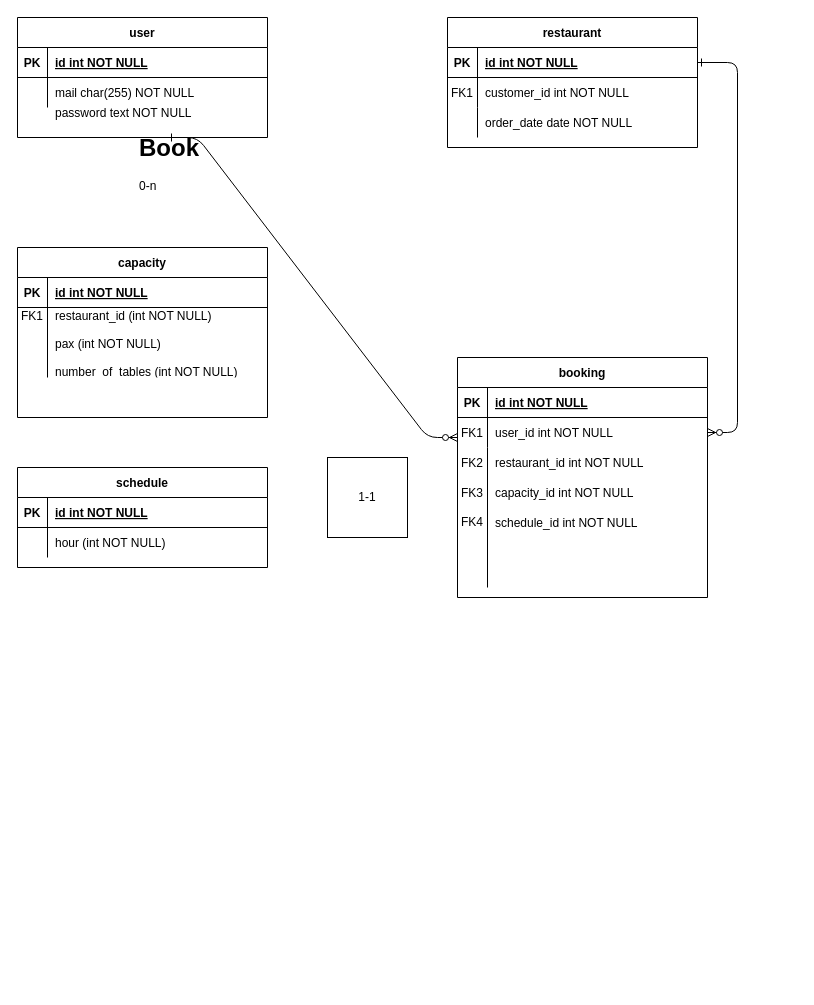
Earlier version of the draw.io diagram public/Diagramme sans nom.drawio (alexandre-aloesode/silver-micro). Source tidied: cells renumbered, new cells numbered last; positions are measured from the earlier drawing's top-left corner, leaving out a move shared by most shapes. Both pictures are drawn from the tidied source at 100%, with x=0, y=0 at pixel (17, 17).
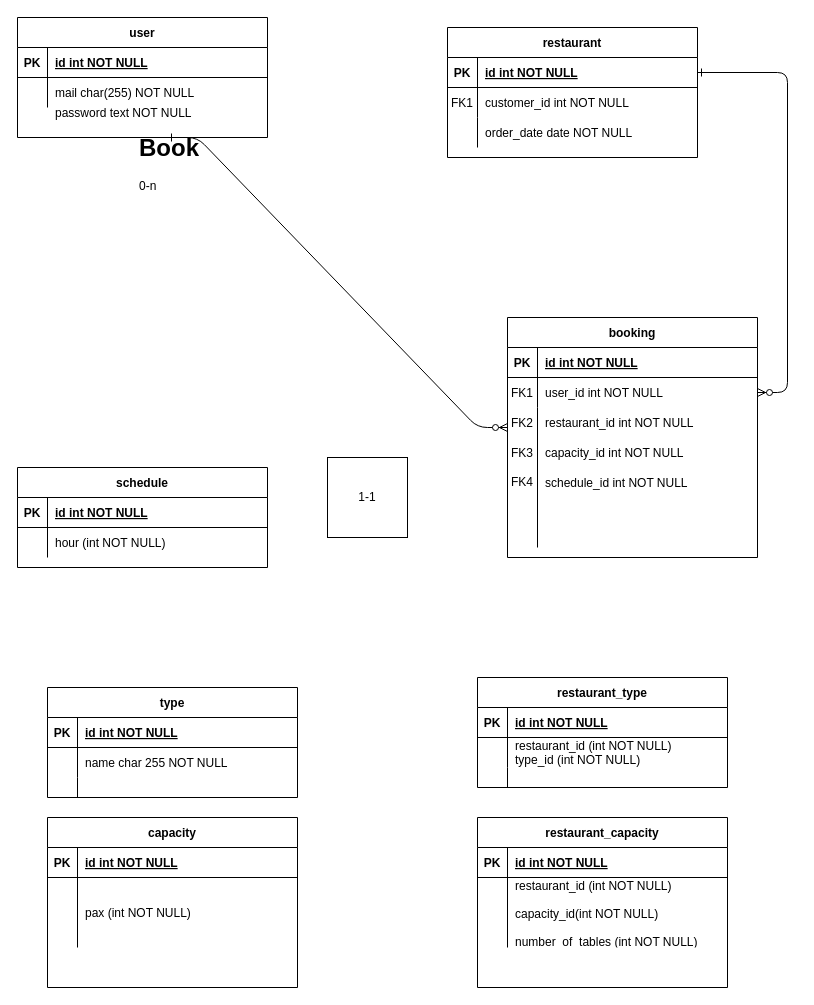
The same page after the edit.

Commit message:
Mettre à jour Diagramme sans nom.drawio

Change to the diagram source:
```diff
@@
-    <mxCell id="2" style="edgeStyle=entityRelationEdgeStyle;endArrow=ERzeroToMany;startArrow=ERone;endFill=1;startFill=0;entryX=0;entryY=0.5;entryDx=0;entryDy=0;" parent="1" edge="1">
+    <mxCell id="2" style="edgeStyle=entityRelationEdgeStyle;endArrow=ERzeroToMany;startArrow=ERone;endFill=1;startFill=0;" parent="1" edge="1">
       <mxGeometry relative="1" as="geometry">
         <mxPoint x="150" y="120" as="sourcePoint" />
-        <mxPoint x="440" y="420" as="targetPoint" />
+        <mxPoint x="490" y="410" as="targetPoint" />
         <Array as="points">
           <mxPoint x="170" y="150" />
         </Array>
       </mxGeometry>
     </mxCell>
@@
     <mxCell id="4" value="restaurant" style="shape=table;startSize=30;childLayout=tableLayout;rowLines=0;fontStyle=1;align=center;" parent="1" vertex="1">
-      <mxGeometry x="430" width="250" height="130" as="geometry" />
+      <mxGeometry x="430" y="10" width="250" height="130" as="geometry" />
     </mxCell>
@@
     <mxCell id="14" value="booking" style="shape=table;startSize=30;childLayout=tableLayout;rowLines=0;fontStyle=1;align=center;" parent="1" vertex="1">
-      <mxGeometry x="440" y="340" width="250" height="240" as="geometry" />
+      <mxGeometry x="490" y="300" width="250" height="240" as="geometry" />
     </mxCell>
@@
-    <mxCell id="33" value="capacity" style="shape=table;startSize=30;childLayout=tableLayout;rowLines=0;fontStyle=1;align=center;" parent="1" vertex="1">
-      <mxGeometry y="230" width="250" height="170" as="geometry" />
-    </mxCell>
-    <mxCell id="34" style="shape=partialRectangle;fillColor=none;top=0;left=0;right=0;bottom=1;" parent="33" vertex="1">
-      <mxGeometry y="30" width="250" height="30" as="geometry" />
-    </mxCell>
-    <mxCell id="35" value="PK" style="shape=partialRectangle;overflow=hidden;fillColor=none;top=0;left=0;bottom=0;right=0;fontStyle=1;" parent="34" vertex="1">
-      <mxGeometry width="30" height="30" as="geometry" />
-    </mxCell>
-    <mxCell id="36" value="id int NOT NULL " style="shape=partialRectangle;overflow=hidden;fillColor=none;top=0;left=0;bottom=0;right=0;align=left;spacingLeft=6;fontStyle=5;" parent="34" vertex="1">
-      <mxGeometry x="30" width="220" height="30" as="geometry" />
-    </mxCell>
-    <mxCell id="37" style="shape=partialRectangle;fillColor=none;top=0;left=0;right=0;bottom=0;" parent="33" vertex="1">
-      <mxGeometry y="60" width="250" height="70" as="geometry" />
-    </mxCell>
-    <mxCell id="38" style="shape=partialRectangle;overflow=hidden;fillColor=none;top=0;left=0;bottom=0;right=0;" parent="37" vertex="1">
-      <mxGeometry width="30" height="70" as="geometry" />
-    </mxCell>
-    <mxCell id="39" value="restaurant_id (int NOT NULL)&#10;&#10;pax (int NOT NULL)&#10;&#10;number_of_tables (int NOT NULL)&#10;" style="shape=partialRectangle;overflow=hidden;fillColor=none;top=0;left=0;bottom=0;right=0;align=left;spacingLeft=6;" parent="37" vertex="1">
-      <mxGeometry x="30" width="220" height="70" as="geometry" />
-    </mxCell>
@@
     <mxCell id="47" value="restaurant_id int NOT NULL" style="shape=partialRectangle;overflow=hidden;fillColor=none;top=0;left=0;bottom=0;right=0;align=left;spacingLeft=6;" parent="1" vertex="1">
-      <mxGeometry x="470" y="430" width="220" height="30" as="geometry" />
+      <mxGeometry x="520" y="390" width="220" height="30" as="geometry" />
     </mxCell>
     <mxCell id="48" value="FK2" style="shape=partialRectangle;overflow=hidden;fillColor=none;top=0;left=0;bottom=0;right=0;" parent="1" vertex="1">
-      <mxGeometry x="440" y="430" width="30" height="30" as="geometry" />
+      <mxGeometry x="490" y="390" width="30" height="30" as="geometry" />
     </mxCell>
     <mxCell id="49" value="FK3" style="shape=partialRectangle;overflow=hidden;fillColor=none;top=0;left=0;bottom=0;right=0;" parent="1" vertex="1">
-      <mxGeometry x="440" y="460" width="30" height="30" as="geometry" />
+      <mxGeometry x="490" y="420" width="30" height="30" as="geometry" />
     </mxCell>
     <mxCell id="50" value="capacity_id int NOT NULL" style="shape=partialRectangle;overflow=hidden;fillColor=none;top=0;left=0;bottom=0;right=0;align=left;spacingLeft=6;" parent="1" vertex="1">
-      <mxGeometry x="470" y="460" width="220" height="30" as="geometry" />
+      <mxGeometry x="520" y="420" width="220" height="30" as="geometry" />
     </mxCell>
     <mxCell id="51" value="schedule_id int NOT NULL" style="shape=partialRectangle;overflow=hidden;fillColor=none;top=0;left=0;bottom=0;right=0;align=left;spacingLeft=6;" parent="1" vertex="1">
-      <mxGeometry x="470" y="490" width="220" height="30" as="geometry" />
+      <mxGeometry x="520" y="450" width="220" height="30" as="geometry" />
     </mxCell>
     <mxCell id="52" value="FK4" style="shape=partialRectangle;overflow=hidden;fillColor=none;top=0;left=0;bottom=0;right=0;" parent="1" vertex="1">
-      <mxGeometry x="440" y="489" width="30" height="30" as="geometry" />
+      <mxGeometry x="490" y="449" width="30" height="30" as="geometry" />
     </mxCell>
@@
-    <mxCell id="54" value="FK1" style="shape=partialRectangle;overflow=hidden;fillColor=none;top=0;left=0;bottom=0;right=0;" parent="1" vertex="1">
-      <mxGeometry y="283" width="30" height="30" as="geometry" />
-    </mxCell>
+    <mxCell id="55" value="type" style="shape=table;startSize=30;childLayout=tableLayout;rowLines=0;fontStyle=1;align=center;" parent="1" vertex="1">
+      <mxGeometry x="30" y="670" width="250" height="110" as="geometry" />
+    </mxCell>
+    <mxCell id="56" style="shape=partialRectangle;fillColor=none;top=0;left=0;right=0;bottom=1;" parent="55" vertex="1">
+      <mxGeometry y="30" width="250" height="30" as="geometry" />
+    </mxCell>
+    <mxCell id="57" value="PK" style="shape=partialRectangle;overflow=hidden;fillColor=none;top=0;left=0;bottom=0;right=0;fontStyle=1;" parent="56" vertex="1">
+      <mxGeometry width="30" height="30" as="geometry" />
+    </mxCell>
+    <mxCell id="58" value="id int NOT NULL " style="shape=partialRectangle;overflow=hidden;fillColor=none;top=0;left=0;bottom=0;right=0;align=left;spacingLeft=6;fontStyle=5;" parent="56" vertex="1">
+      <mxGeometry x="30" width="220" height="30" as="geometry" />
+    </mxCell>
+    <mxCell id="59" style="shape=partialRectangle;fillColor=none;top=0;left=0;right=0;bottom=0;" parent="55" vertex="1">
+      <mxGeometry y="60" width="250" height="30" as="geometry" />
+    </mxCell>
+    <mxCell id="60" style="shape=partialRectangle;overflow=hidden;fillColor=none;top=0;left=0;bottom=0;right=0;" parent="59" vertex="1">
+      <mxGeometry width="30" height="30" as="geometry" />
+    </mxCell>
+    <mxCell id="61" value="name char 255 NOT NULL" style="shape=partialRectangle;overflow=hidden;fillColor=none;top=0;left=0;bottom=0;right=0;align=left;spacingLeft=6;" parent="59" vertex="1">
+      <mxGeometry x="30" width="220" height="30" as="geometry" />
+    </mxCell>
+    <mxCell id="62" style="shape=partialRectangle;fillColor=none;top=0;left=0;right=0;bottom=0;" parent="55" vertex="1">
+      <mxGeometry y="90" width="250" height="20" as="geometry" />
+    </mxCell>
+    <mxCell id="63" style="shape=partialRectangle;overflow=hidden;fillColor=none;top=0;left=0;bottom=0;right=0;" parent="62" vertex="1">
+      <mxGeometry width="30" height="20" as="geometry" />
+    </mxCell>
+    <mxCell id="64" style="shape=partialRectangle;overflow=hidden;fillColor=none;top=0;left=0;bottom=0;right=0;align=left;spacingLeft=6;" parent="62" vertex="1">
+      <mxGeometry x="30" width="220" height="20" as="geometry" />
+    </mxCell>
+    <mxCell id="65" value="restaurant_type" style="shape=table;startSize=30;childLayout=tableLayout;rowLines=0;fontStyle=1;align=center;" parent="1" vertex="1">
+      <mxGeometry x="460" y="660" width="250" height="110" as="geometry" />
+    </mxCell>
+    <mxCell id="66" style="shape=partialRectangle;fillColor=none;top=0;left=0;right=0;bottom=1;" parent="65" vertex="1">
+      <mxGeometry y="30" width="250" height="30" as="geometry" />
+    </mxCell>
+    <mxCell id="67" value="PK" style="shape=partialRectangle;overflow=hidden;fillColor=none;top=0;left=0;bottom=0;right=0;fontStyle=1;" parent="66" vertex="1">
+      <mxGeometry width="30" height="30" as="geometry" />
+    </mxCell>
+    <mxCell id="68" value="id int NOT NULL " style="shape=partialRectangle;overflow=hidden;fillColor=none;top=0;left=0;bottom=0;right=0;align=left;spacingLeft=6;fontStyle=5;" parent="66" vertex="1">
+      <mxGeometry x="30" width="220" height="30" as="geometry" />
+    </mxCell>
+    <mxCell id="69" style="shape=partialRectangle;fillColor=none;top=0;left=0;right=0;bottom=0;" parent="65" vertex="1">
+      <mxGeometry y="60" width="250" height="30" as="geometry" />
+    </mxCell>
+    <mxCell id="70" style="shape=partialRectangle;overflow=hidden;fillColor=none;top=0;left=0;bottom=0;right=0;" parent="69" vertex="1">
+      <mxGeometry width="30" height="30" as="geometry" />
+    </mxCell>
+    <mxCell id="71" value="restaurant_id (int NOT NULL)&#10;type_id (int NOT NULL)" style="shape=partialRectangle;overflow=hidden;fillColor=none;top=0;left=0;bottom=0;right=0;align=left;spacingLeft=6;" parent="69" vertex="1">
+      <mxGeometry x="30" width="220" height="30" as="geometry" />
+    </mxCell>
+    <mxCell id="72" style="shape=partialRectangle;fillColor=none;top=0;left=0;right=0;bottom=0;" parent="65" vertex="1">
+      <mxGeometry y="90" width="250" height="20" as="geometry" />
+    </mxCell>
+    <mxCell id="73" style="shape=partialRectangle;overflow=hidden;fillColor=none;top=0;left=0;bottom=0;right=0;" parent="72" vertex="1">
+      <mxGeometry width="30" height="20" as="geometry" />
+    </mxCell>
+    <mxCell id="74" style="shape=partialRectangle;overflow=hidden;fillColor=none;top=0;left=0;bottom=0;right=0;align=left;spacingLeft=6;" parent="72" vertex="1">
+      <mxGeometry x="30" width="220" height="20" as="geometry" />
+    </mxCell>
+    <mxCell id="75" value="restaurant_capacity" style="shape=table;startSize=30;childLayout=tableLayout;rowLines=0;fontStyle=1;align=center;" parent="1" vertex="1">
+      <mxGeometry x="460" y="800" width="250" height="170" as="geometry" />
+    </mxCell>
+    <mxCell id="76" style="shape=partialRectangle;fillColor=none;top=0;left=0;right=0;bottom=1;" parent="75" vertex="1">
+      <mxGeometry y="30" width="250" height="30" as="geometry" />
+    </mxCell>
+    <mxCell id="77" value="PK" style="shape=partialRectangle;overflow=hidden;fillColor=none;top=0;left=0;bottom=0;right=0;fontStyle=1;" parent="76" vertex="1">
+      <mxGeometry width="30" height="30" as="geometry" />
+    </mxCell>
+    <mxCell id="78" value="id int NOT NULL " style="shape=partialRectangle;overflow=hidden;fillColor=none;top=0;left=0;bottom=0;right=0;align=left;spacingLeft=6;fontStyle=5;" parent="76" vertex="1">
+      <mxGeometry x="30" width="220" height="30" as="geometry" />
+    </mxCell>
+    <mxCell id="79" style="shape=partialRectangle;fillColor=none;top=0;left=0;right=0;bottom=0;" parent="75" vertex="1">
+      <mxGeometry y="60" width="250" height="70" as="geometry" />
+    </mxCell>
+    <mxCell id="80" style="shape=partialRectangle;overflow=hidden;fillColor=none;top=0;left=0;bottom=0;right=0;" parent="79" vertex="1">
+      <mxGeometry width="30" height="70" as="geometry" />
+    </mxCell>
+    <mxCell id="81" value="restaurant_id (int NOT NULL)&#10;&#10;capacity_id(int NOT NULL)&#10;&#10;number_of_tables (int NOT NULL)&#10;&#10;&#10;" style="shape=partialRectangle;overflow=hidden;fillColor=none;top=0;left=0;bottom=0;right=0;align=left;spacingLeft=6;" parent="79" vertex="1">
+      <mxGeometry x="30" width="220" height="70" as="geometry" />
+    </mxCell>
+    <mxCell id="33" value="capacity" style="shape=table;startSize=30;childLayout=tableLayout;rowLines=0;fontStyle=1;align=center;" parent="1" vertex="1">
+      <mxGeometry x="30" y="800" width="250" height="170" as="geometry" />
+    </mxCell>
+    <mxCell id="34" style="shape=partialRectangle;fillColor=none;top=0;left=0;right=0;bottom=1;" parent="33" vertex="1">
+      <mxGeometry y="30" width="250" height="30" as="geometry" />
+    </mxCell>
+    <mxCell id="35" value="PK" style="shape=partialRectangle;overflow=hidden;fillColor=none;top=0;left=0;bottom=0;right=0;fontStyle=1;" parent="34" vertex="1">
+      <mxGeometry width="30" height="30" as="geometry" />
+    </mxCell>
+    <mxCell id="36" value="id int NOT NULL " style="shape=partialRectangle;overflow=hidden;fillColor=none;top=0;left=0;bottom=0;right=0;align=left;spacingLeft=6;fontStyle=5;" parent="34" vertex="1">
+      <mxGeometry x="30" width="220" height="30" as="geometry" />
+    </mxCell>
+    <mxCell id="37" style="shape=partialRectangle;fillColor=none;top=0;left=0;right=0;bottom=0;" parent="33" vertex="1">
+      <mxGeometry y="60" width="250" height="70" as="geometry" />
+    </mxCell>
+    <mxCell id="38" style="shape=partialRectangle;overflow=hidden;fillColor=none;top=0;left=0;bottom=0;right=0;" parent="37" vertex="1">
+      <mxGeometry width="30" height="70" as="geometry" />
+    </mxCell>
+    <mxCell id="39" value="&#10;pax (int NOT NULL)&#10;" style="shape=partialRectangle;overflow=hidden;fillColor=none;top=0;left=0;bottom=0;right=0;align=left;spacingLeft=6;" parent="37" vertex="1">
+      <mxGeometry x="30" width="220" height="70" as="geometry" />
+    </mxCell>
```
